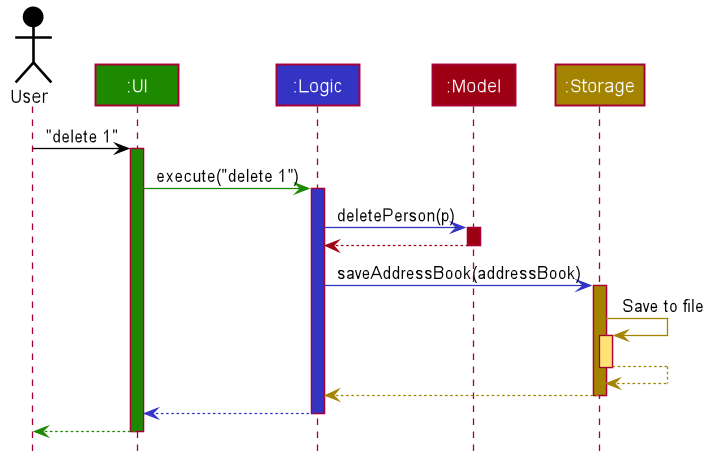
This is docs/images/ArchitectureSequenceDiagram.png from nus-cs2103-AY2122S1/tp, a PlantUML export, as it was before one commit.
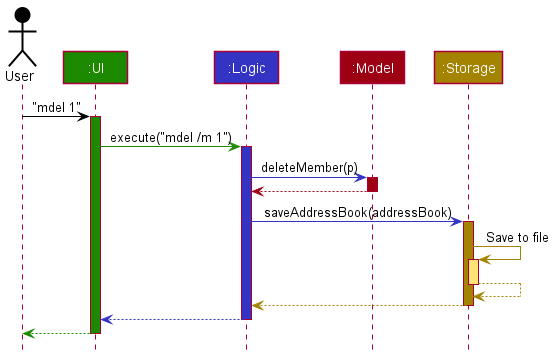
The same file after the commit.

What changed in the source:
```diff
@@ -1,85 +1,38 @@
 @startuml
+!include style.puml
 
+Actor User as user USER_COLOR
+Participant ":UI" as ui UI_COLOR
+Participant ":Logic" as logic LOGIC_COLOR
+Participant ":Model" as model MODEL_COLOR
+Participant ":Storage" as storage STORAGE_COLOR
 
+user -[USER_COLOR]> ui : "mdel 1"
+activate ui UI_COLOR
 
+ui -[UI_COLOR]> logic : execute("mdel /m 1")
+activate logic LOGIC_COLOR
 
+logic -[LOGIC_COLOR]> model : deleteMember(p)
+activate model MODEL_COLOR
 
-
-
-
-skinparam BackgroundColor #FFFFFFF
-
-skinparam Shadowing false
-
-skinparam Class {
-    FontColor #FFFFFF
-    BorderThickness 1
-    BorderColor #FFFFFF
-    StereotypeFontColor #FFFFFF
-    FontName Arial
-}
-
-skinparam Actor {
-    BorderColor #000000
-    Color #000000
-    FontName Arial
-}
-
-skinparam Sequence {
-    MessageAlign center
-    BoxFontSize 15
-    BoxPadding 0
-    BoxFontColor #FFFFFF
-    FontName Arial
-}
-
-skinparam Participant {
-    FontColor #FFFFFFF
-    Padding 20
-}
-
-skinparam MinClassWidth 50
-skinparam ParticipantPadding 10
-skinparam Shadowing false
-skinparam DefaultTextAlignment center
-skinparam packageStyle Rectangle
-
-hide footbox
-hide members
-hide circle
-
-Actor User as user #000000
-Participant ":UI" as ui #1D8900
-Participant ":Logic" as logic #3333C4
-Participant ":Model" as model #9D0012
-Participant ":Storage" as storage #A38300
-
-user -[#000000]> ui : "delete 1"
-activate ui #1D8900
-
-ui -[#1D8900]> logic : execute("delete 1")
-activate logic #3333C4
-
-logic -[#3333C4]> model : deletePerson(p)
-activate model #9D0012
-
-model -[#9D0012]-> logic
+model -[MODEL_COLOR]-> logic
 deactivate model
 
-logic -[#3333C4]> storage : saveAddressBook(addressBook)
-activate storage #A38300
+logic -[LOGIC_COLOR]> storage : saveAddressBook(addressBook)
+activate storage STORAGE_COLOR
 
-storage -[#A38300]> storage : Save to file
-activate storage #FFE374
-storage --[#A38300]> storage
+storage -[STORAGE_COLOR]> storage : Save to file
+activate storage STORAGE_COLOR_T1
+storage --[STORAGE_COLOR]> storage
 deactivate storage
 
-storage --[#A38300]> logic
+storage --[STORAGE_COLOR]> logic
 deactivate storage
 
-logic --[#3333C4]> ui
+logic --[LOGIC_COLOR]> ui
 deactivate logic
 
-ui--[#1D8900]> user
+ui--[UI_COLOR]> user
 deactivate ui
 @enduml
```
